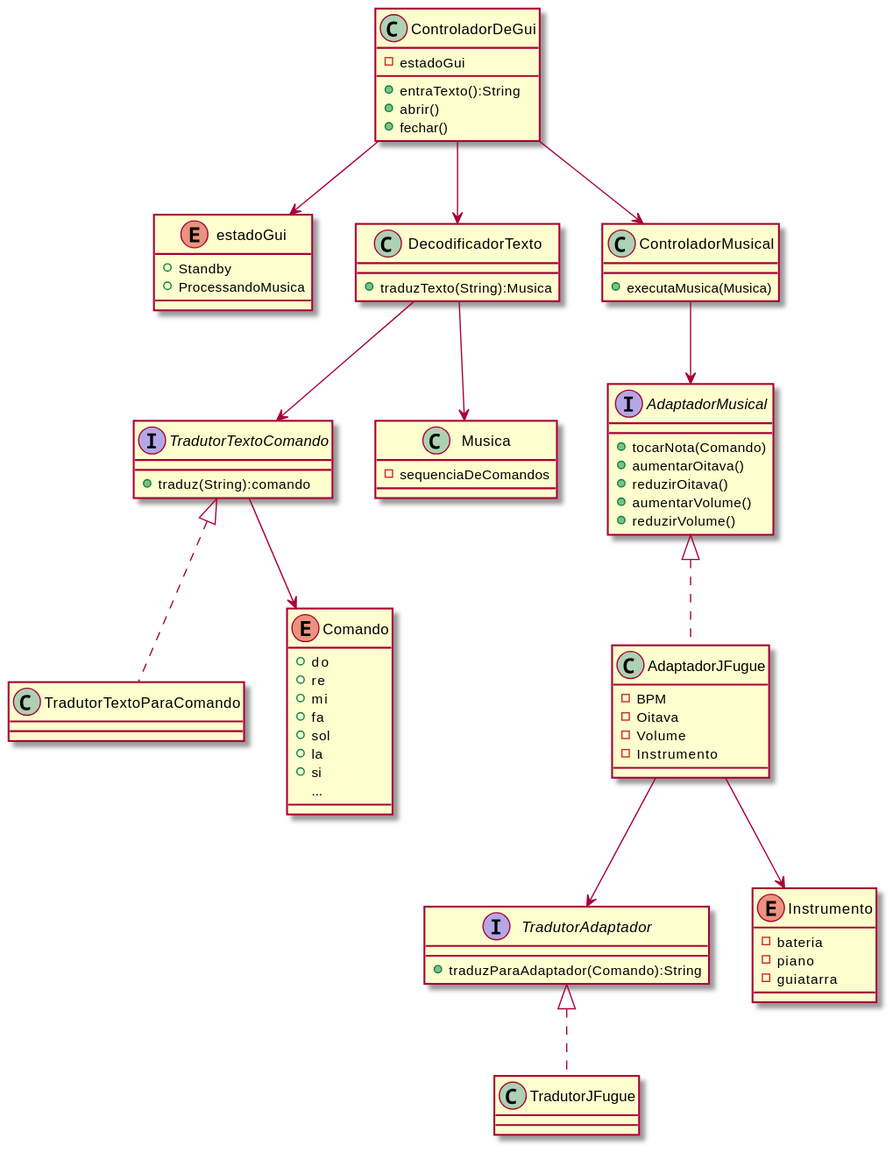
This is out/diagramaDeClasses/classes.svg from JoaoCosme/TCP, a PlantUML export, as it was before one commit.
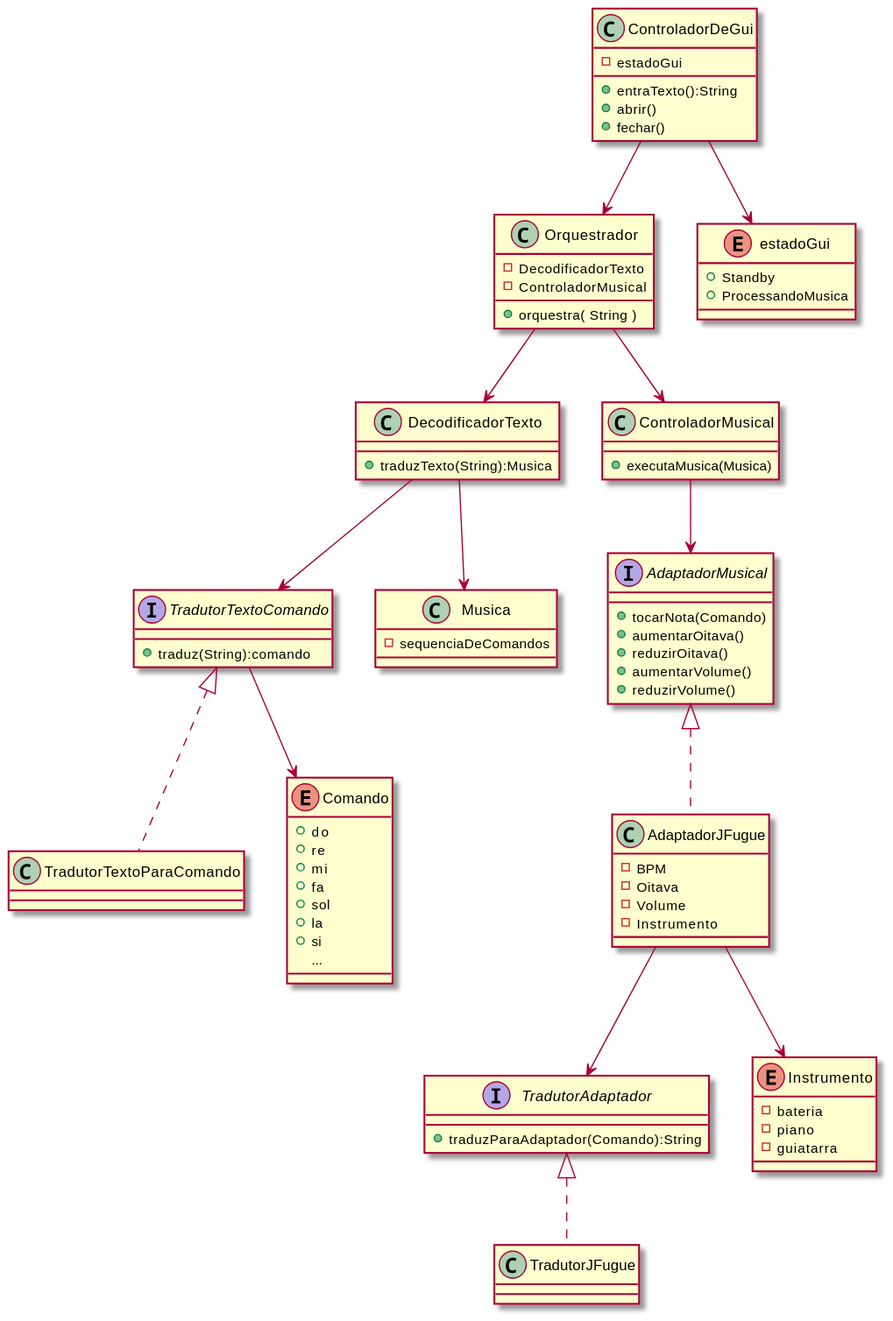
The same diagram one commit later.

Commit message:
Ajustada arq|

Change to the diagram source:
```diff
@@ -1,4 +1,10 @@
 @startuml classes
+
+class Orquestrador{
+    - DecodificadorTexto
+    - ControladorMusical
+    + orquestra( String )
+}
 
 class ControladorDeGui{
     - estadoGui
@@ -71,8 +77,9 @@
 }
 
 
-ControladorDeGui --> DecodificadorTexto
-ControladorDeGui --> ControladorMusical
+ControladorDeGui --> Orquestrador
+Orquestrador --> ControladorMusical
+Orquestrador --> DecodificadorTexto
 DecodificadorTexto --> TradutorTextoComando
 DecodificadorTexto --> Musica
 ControladorMusical --> AdaptadorMusical
```
